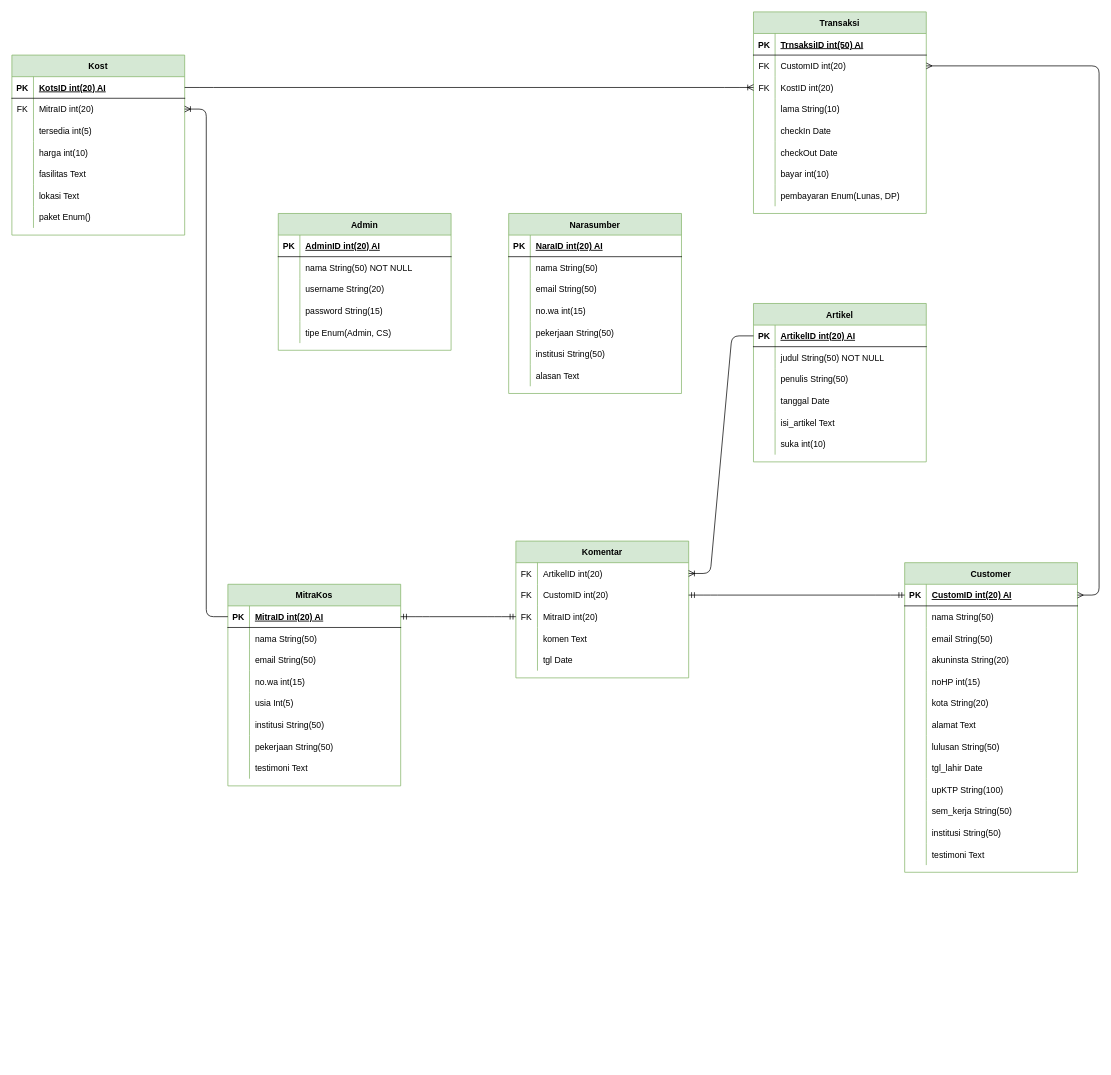
This is ERD TerasKos.drawio from sendy452/DIagram-Model, a draw.io file, before an edit. Source tidied: cells renumbered, new cells numbered last; positions are measured from the earlier drawing's top-left corner, leaving out a move shared by most shapes. Both pictures are drawn from the tidied source at 72%, with x=0, y=0 at pixel (12, 12).
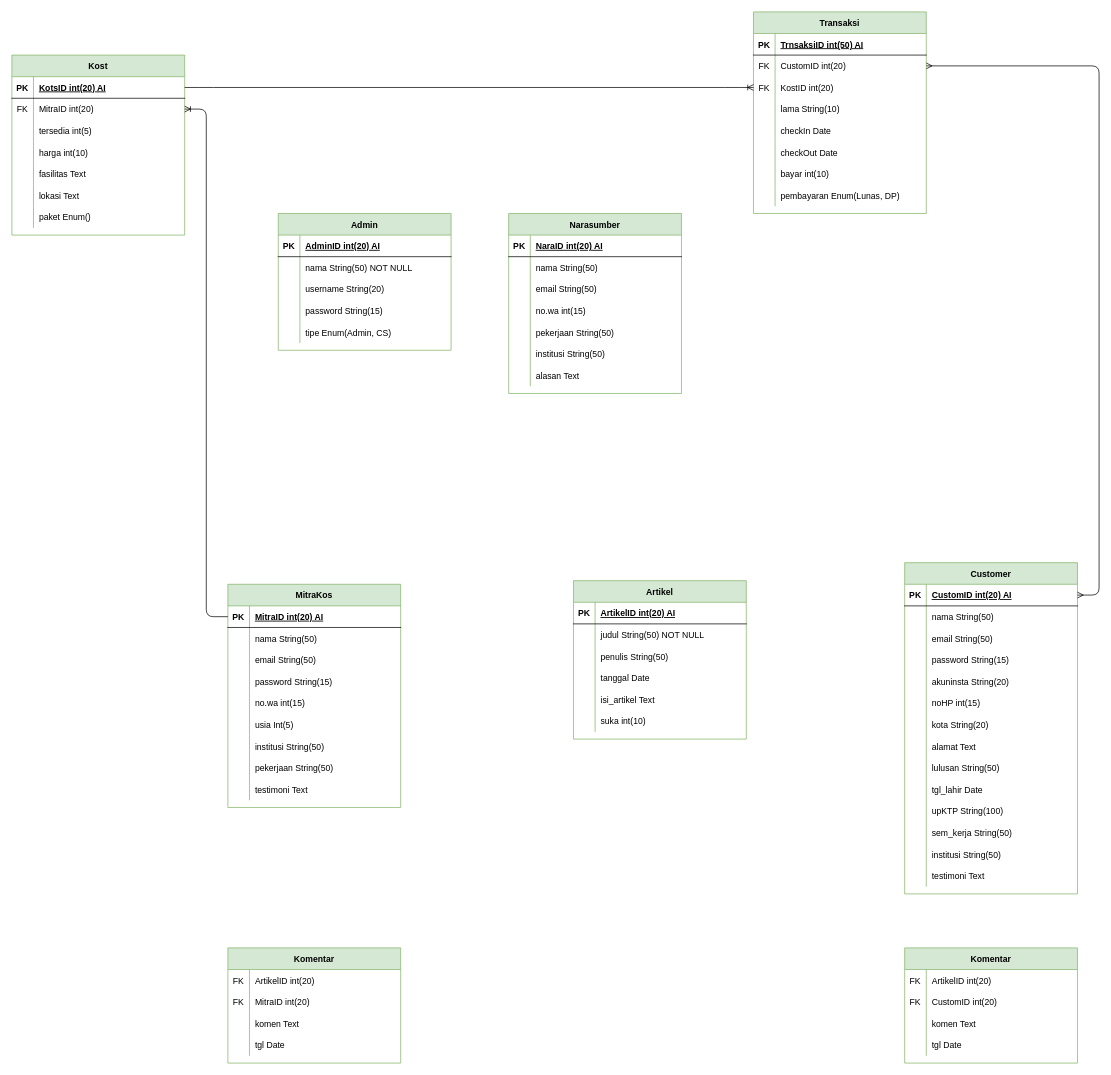
The same page after the edit.

Unchanged cells that the change refers to:
```xml
<mxCell id="3" style="shape=partialRectangle;fillColor=none;points=[[0,0.5],[1,0.5]];portConstraint=eastwest;top=0;left=0;right=0;bottom=1;" parent="2" vertex="1">
  <mxGeometry y="30" width="240" height="30" as="geometry" />
</mxCell>
<mxCell id="28" style="shape=partialRectangle;fillColor=none;points=[[0,0.5],[1,0.5]];portConstraint=eastwest;top=0;left=0;right=0;bottom=1;" parent="27" vertex="1">
  <mxGeometry y="30" width="240" height="30" as="geometry" />
</mxCell>
<mxCell id="84" style="shape=partialRectangle;fillColor=none;top=0;left=0;bottom=1;right=0;points=[[0,0.5],[1,0.5]];portConstraint=eastwest;" parent="83" vertex="1">
  <mxGeometry y="30" width="240" height="30" as="geometry" />
</mxCell>
<mxCell id="172" style="shape=partialRectangle;fillColor=none;top=0;left=0;bottom=0;right=0;points=[[0,0.5],[1,0.5]];portConstraint=eastwest;" parent="171" vertex="1">
  <mxGeometry y="30" width="240" height="30" as="geometry" />
</mxCell>
<mxCell id="175" style="shape=partialRectangle;fillColor=none;top=0;left=0;bottom=0;right=0;points=[[0,0.5],[1,0.5]];portConstraint=eastwest;" parent="171" vertex="1">
  <mxGeometry y="60" width="240" height="30" as="geometry" />
</mxCell>
```

The edit, as a diff of the source:
```diff
@@
     <mxCell id="2" value="MitraKos" style="shape=table;startSize=30;childLayout=tableLayout;rowLines=0;fontStyle=1;align=center;fillColor=#d5e8d4;strokeColor=#82b366;" parent="1" vertex="1">
-      <mxGeometry x="300" y="795" width="240" height="280" as="geometry" />
+      <mxGeometry x="300" y="795" width="240" height="310" as="geometry" />
     </mxCell>
@@
+    <mxCell id="193" style="shape=partialRectangle;fillColor=none;top=0;left=0;bottom=0;right=0;" parent="2" vertex="1">
+      <mxGeometry y="120" width="240" height="30" as="geometry" />
+    </mxCell>
+    <mxCell id="194" style="shape=partialRectangle;fillColor=none;top=0;left=0;bottom=0;right=0;overflow=hidden;" parent="193" vertex="1">
+      <mxGeometry width="30" height="30" as="geometry" />
+    </mxCell>
+    <mxCell id="195" value="password String(15)" style="shape=partialRectangle;fillColor=none;top=0;left=0;bottom=0;right=0;align=left;spacingLeft=6;overflow=hidden;" parent="193" vertex="1">
+      <mxGeometry x="30" width="210" height="30" as="geometry" />
+    </mxCell>
     <mxCell id="12" style="shape=partialRectangle;fillColor=none;top=0;left=0;bottom=0;right=0;" parent="2" vertex="1">
-      <mxGeometry y="120" width="240" height="30" as="geometry" />
+      <mxGeometry y="150" width="240" height="30" as="geometry" />
     </mxCell>
@@
     <mxCell id="15" style="shape=partialRectangle;fillColor=none;top=0;left=0;bottom=0;right=0;" parent="2" vertex="1">
-      <mxGeometry y="150" width="240" height="30" as="geometry" />
+      <mxGeometry y="180" width="240" height="30" as="geometry" />
     </mxCell>
@@
     <mxCell id="18" style="shape=partialRectangle;fillColor=none;top=0;left=0;bottom=0;right=0;" parent="2" vertex="1">
-      <mxGeometry y="180" width="240" height="30" as="geometry" />
+      <mxGeometry y="210" width="240" height="30" as="geometry" />
     </mxCell>
@@
     <mxCell id="21" style="shape=partialRectangle;fillColor=none;top=0;left=0;bottom=0;right=0;" parent="2" vertex="1">
-      <mxGeometry y="210" width="240" height="30" as="geometry" />
+      <mxGeometry y="240" width="240" height="30" as="geometry" />
     </mxCell>
@@
     <mxCell id="24" style="shape=partialRectangle;fillColor=none;top=0;left=0;bottom=0;right=0;" parent="2" vertex="1">
-      <mxGeometry y="240" width="240" height="30" as="geometry" />
+      <mxGeometry y="270" width="240" height="30" as="geometry" />
     </mxCell>
@@
     <mxCell id="27" value="Customer" style="shape=table;startSize=30;childLayout=tableLayout;rowLines=0;fontStyle=1;align=center;fillColor=#d5e8d4;strokeColor=#82b366;" parent="1" vertex="1">
-      <mxGeometry x="1240" y="765" width="240" height="430" as="geometry" />
+      <mxGeometry x="1240" y="765" width="240" height="460" as="geometry" />
     </mxCell>
@@
+    <mxCell id="196" style="shape=partialRectangle;fillColor=none;top=0;left=0;bottom=0;right=0;" parent="27" vertex="1">
+      <mxGeometry y="120" width="240" height="30" as="geometry" />
+    </mxCell>
+    <mxCell id="197" style="shape=partialRectangle;fillColor=none;top=0;left=0;bottom=0;right=0;overflow=hidden;" parent="196" vertex="1">
+      <mxGeometry width="30" height="30" as="geometry" />
+    </mxCell>
+    <mxCell id="198" value="password String(15)" style="shape=partialRectangle;fillColor=none;top=0;left=0;bottom=0;right=0;align=left;spacingLeft=6;overflow=hidden;" parent="196" vertex="1">
+      <mxGeometry x="30" width="210" height="30" as="geometry" />
+    </mxCell>
     <mxCell id="37" style="shape=partialRectangle;fillColor=none;top=0;left=0;bottom=0;right=0;" parent="27" vertex="1">
-      <mxGeometry y="120" width="240" height="30" as="geometry" />
+      <mxGeometry y="150" width="240" height="30" as="geometry" />
     </mxCell>
@@
     <mxCell id="40" style="shape=partialRectangle;fillColor=none;top=0;left=0;bottom=0;right=0;" parent="27" vertex="1">
-      <mxGeometry y="150" width="240" height="30" as="geometry" />
+      <mxGeometry y="180" width="240" height="30" as="geometry" />
     </mxCell>
@@
     <mxCell id="43" style="shape=partialRectangle;fillColor=none;top=0;left=0;bottom=0;right=0;" parent="27" vertex="1">
-      <mxGeometry y="180" width="240" height="30" as="geometry" />
+      <mxGeometry y="210" width="240" height="30" as="geometry" />
     </mxCell>
@@
     <mxCell id="46" style="shape=partialRectangle;fillColor=none;top=0;left=0;bottom=0;right=0;" parent="27" vertex="1">
-      <mxGeometry y="210" width="240" height="30" as="geometry" />
+      <mxGeometry y="240" width="240" height="30" as="geometry" />
     </mxCell>
@@
     <mxCell id="49" style="shape=partialRectangle;fillColor=none;top=0;left=0;bottom=0;right=0;" parent="27" vertex="1">
-      <mxGeometry y="240" width="240" height="30" as="geometry" />
+      <mxGeometry y="270" width="240" height="30" as="geometry" />
     </mxCell>
@@
     <mxCell id="52" style="shape=partialRectangle;fillColor=none;top=0;left=0;bottom=0;right=0;" parent="27" vertex="1">
-      <mxGeometry y="270" width="240" height="30" as="geometry" />
+      <mxGeometry y="300" width="240" height="30" as="geometry" />
     </mxCell>
@@
     <mxCell id="55" style="shape=partialRectangle;fillColor=none;top=0;left=0;right=0;bottom=0;" parent="27" vertex="1">
-      <mxGeometry y="300" width="240" height="30" as="geometry" />
+      <mxGeometry y="330" width="240" height="30" as="geometry" />
     </mxCell>
@@
     <mxCell id="58" style="shape=partialRectangle;fillColor=none;top=0;left=0;bottom=0;right=0;" parent="27" vertex="1">
-      <mxGeometry y="330" width="240" height="30" as="geometry" />
+      <mxGeometry y="360" width="240" height="30" as="geometry" />
     </mxCell>
@@
     <mxCell id="61" style="shape=partialRectangle;fillColor=none;top=0;left=0;bottom=0;right=0;" parent="27" vertex="1">
-      <mxGeometry y="360" width="240" height="30" as="geometry" />
+      <mxGeometry y="390" width="240" height="30" as="geometry" />
     </mxCell>
@@
     <mxCell id="64" style="shape=partialRectangle;fillColor=none;top=0;left=0;bottom=0;right=0;" parent="27" vertex="1">
-      <mxGeometry y="390" width="240" height="30" as="geometry" />
+      <mxGeometry y="420" width="240" height="30" as="geometry" />
     </mxCell>
@@
     <mxCell id="83" value="Artikel" style="shape=table;startSize=30;childLayout=tableLayout;rowLines=0;fontStyle=1;align=center;fillColor=#d5e8d4;strokeColor=#82b366;" parent="1" vertex="1">
-      <mxGeometry x="1030" y="405" width="240" height="220" as="geometry" />
+      <mxGeometry x="780" y="790" width="240" height="220" as="geometry" />
     </mxCell>
@@
     <mxCell id="171" value="Komentar" style="shape=table;startSize=30;childLayout=tableLayout;rowLines=0;fontStyle=1;align=center;fillColor=#d5e8d4;strokeColor=#82b366;" parent="1" vertex="1">
-      <mxGeometry x="700" y="735" width="240" height="190" as="geometry" />
+      <mxGeometry x="1240" y="1300" width="240" height="160" as="geometry" />
     </mxCell>
@@
-    <mxCell id="178" style="shape=partialRectangle;fillColor=none;top=0;left=0;bottom=0;right=0;points=[[0,0.5],[1,0.5]];portConstraint=eastwest;" parent="171" vertex="1">
-      <mxGeometry y="90" width="240" height="30" as="geometry" />
-    </mxCell>
-    <mxCell id="179" value="FK" style="shape=partialRectangle;fillColor=none;top=0;left=0;bottom=0;right=0;fontStyle=0;overflow=hidden;" parent="178" vertex="1">
-      <mxGeometry width="30" height="30" as="geometry" />
-    </mxCell>
-    <mxCell id="180" value="MitraID int(20)" style="shape=partialRectangle;fillColor=none;top=0;left=0;bottom=0;right=0;align=left;spacingLeft=6;fontStyle=0;overflow=hidden;" parent="178" vertex="1">
-      <mxGeometry x="30" width="210" height="30" as="geometry" />
-    </mxCell>
     <mxCell id="181" style="shape=partialRectangle;fillColor=none;top=0;left=0;bottom=0;right=0;" parent="171" vertex="1">
-      <mxGeometry y="120" width="240" height="30" as="geometry" />
+      <mxGeometry y="90" width="240" height="30" as="geometry" />
     </mxCell>
@@
     <mxCell id="184" style="shape=partialRectangle;fillColor=none;top=0;left=0;bottom=0;right=0;" parent="171" vertex="1">
-      <mxGeometry y="150" width="240" height="30" as="geometry" />
+      <mxGeometry y="120" width="240" height="30" as="geometry" />
     </mxCell>
@@
-    <mxCell id="187" style="edgeStyle=entityRelationEdgeStyle;fontSize=12;html=1;endArrow=ERoneToMany;" parent="1" edge="1" source="84" target="172">
-      <mxGeometry relative="1" as="geometry" />
-    </mxCell>
@@
-    <mxCell id="191" style="edgeStyle=entityRelationEdgeStyle;fontSize=12;html=1;endArrow=ERmandOne;startArrow=ERmandOne;" parent="1" edge="1" source="28" target="175">
-      <mxGeometry relative="1" as="geometry" />
-    </mxCell>
-    <mxCell id="192" style="edgeStyle=entityRelationEdgeStyle;fontSize=12;html=1;endArrow=ERmandOne;startArrow=ERmandOne;" parent="1" edge="1" source="3" target="178">
-      <mxGeometry relative="1" as="geometry" />
-    </mxCell>
+    <mxCell id="199" value="Komentar" style="shape=table;startSize=30;childLayout=tableLayout;rowLines=0;fontStyle=1;align=center;fillColor=#d5e8d4;strokeColor=#82b366;" parent="1" vertex="1">
+      <mxGeometry x="300" y="1300" width="240" height="160" as="geometry" />
+    </mxCell>
+    <mxCell id="200" style="shape=partialRectangle;fillColor=none;top=0;left=0;bottom=0;right=0;" parent="199" vertex="1">
+      <mxGeometry y="30" width="240" height="30" as="geometry" />
+    </mxCell>
+    <mxCell id="201" value="FK" style="shape=partialRectangle;fillColor=none;top=0;left=0;bottom=0;right=0;fontStyle=0;overflow=hidden;" parent="200" vertex="1">
+      <mxGeometry width="30" height="30" as="geometry" />
+    </mxCell>
+    <mxCell id="202" value="ArtikelID int(20)" style="shape=partialRectangle;fillColor=none;top=0;left=0;bottom=0;right=0;align=left;spacingLeft=6;fontStyle=0;overflow=hidden;" parent="200" vertex="1">
+      <mxGeometry x="30" width="210" height="30" as="geometry" />
+    </mxCell>
+    <mxCell id="203" style="shape=partialRectangle;fillColor=none;top=0;left=0;bottom=0;right=0;" parent="199" vertex="1">
+      <mxGeometry y="60" width="240" height="30" as="geometry" />
+    </mxCell>
+    <mxCell id="204" value="FK" style="shape=partialRectangle;fillColor=none;top=0;left=0;bottom=0;right=0;fontStyle=0;overflow=hidden;" parent="203" vertex="1">
+      <mxGeometry width="30" height="30" as="geometry" />
+    </mxCell>
+    <mxCell id="180" value="MitraID int(20)" style="shape=partialRectangle;fillColor=none;top=0;left=0;bottom=0;right=0;align=left;spacingLeft=6;fontStyle=0;overflow=hidden;" parent="203" vertex="1">
+      <mxGeometry x="30" width="210" height="30" as="geometry" />
+    </mxCell>
+    <mxCell id="178" style="shape=partialRectangle;fillColor=none;top=0;left=0;bottom=0;right=0;points=[[0,0.5],[1,0.5]];portConstraint=eastwest;" parent="199" vertex="1">
+      <mxGeometry y="90" width="240" height="30" as="geometry" />
+    </mxCell>
+    <mxCell id="205" style="shape=partialRectangle;fillColor=none;top=0;left=0;bottom=0;right=0;overflow=hidden;" parent="178" vertex="1">
+      <mxGeometry width="30" height="30" as="geometry" />
+    </mxCell>
+    <mxCell id="206" value="komen Text" style="shape=partialRectangle;fillColor=none;top=0;left=0;bottom=0;right=0;align=left;spacingLeft=6;overflow=hidden;" parent="178" vertex="1">
+      <mxGeometry x="30" width="210" height="30" as="geometry" />
+    </mxCell>
+    <mxCell id="207" style="shape=partialRectangle;fillColor=none;top=0;left=0;bottom=0;right=0;" parent="199" vertex="1">
+      <mxGeometry y="120" width="240" height="30" as="geometry" />
+    </mxCell>
+    <mxCell id="208" style="shape=partialRectangle;fillColor=none;top=0;left=0;bottom=0;right=0;overflow=hidden;" parent="207" vertex="1">
+      <mxGeometry width="30" height="30" as="geometry" />
+    </mxCell>
+    <mxCell id="209" value="tgl Date" style="shape=partialRectangle;fillColor=none;top=0;left=0;bottom=0;right=0;align=left;spacingLeft=6;overflow=hidden;" parent="207" vertex="1">
+      <mxGeometry x="30" width="210" height="30" as="geometry" />
+    </mxCell>
```
